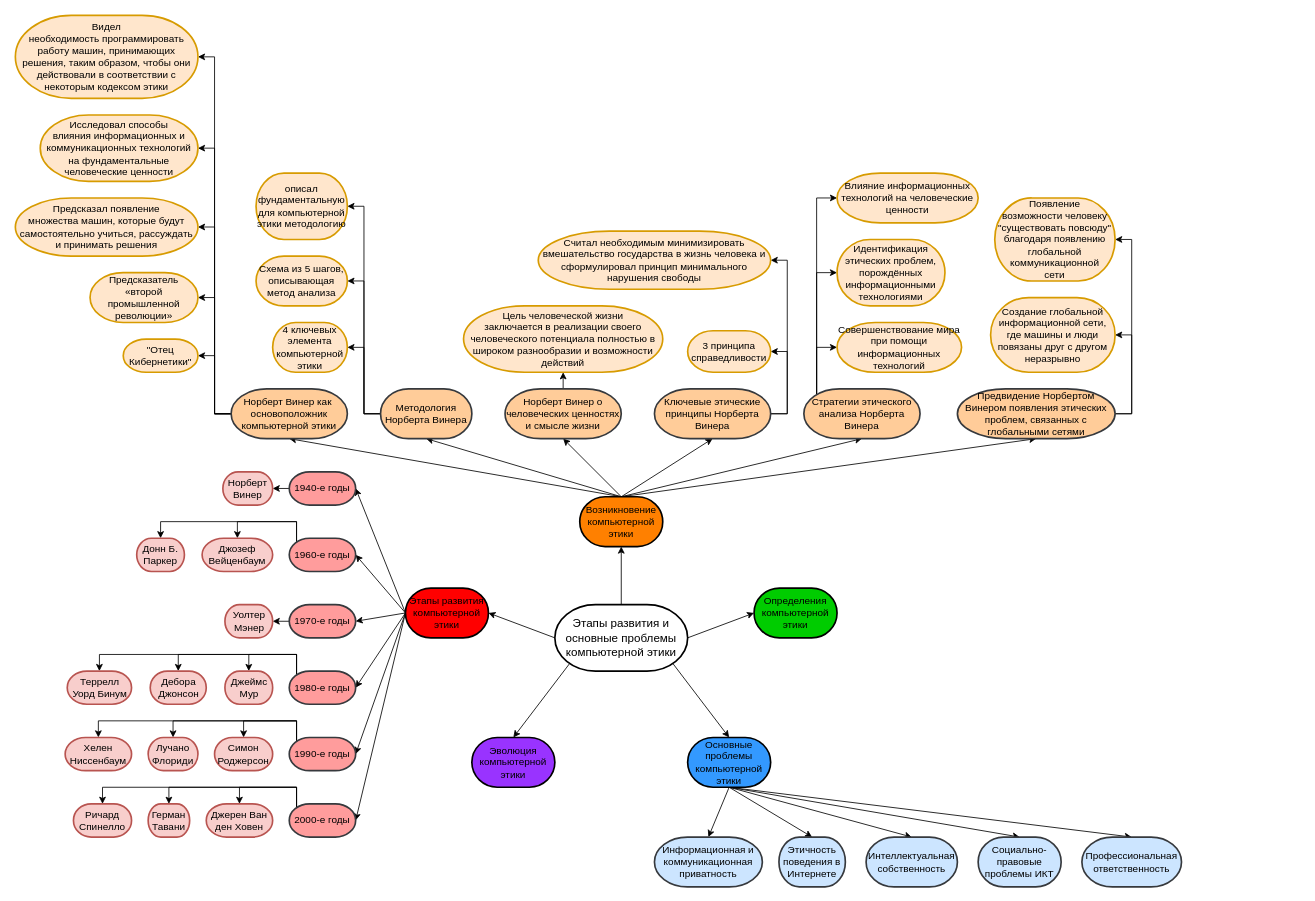
This is MIND-map.drawio from DMfananddu/DSM, a draw.io file, before an edit. Source tidied: cells renumbered, new cells numbered last; positions are measured from the earlier drawing's top-left corner, leaving out a move shared by most shapes. Both pictures are drawn from the tidied source at 83%, with x=0, y=0 at pixel (15, 15).
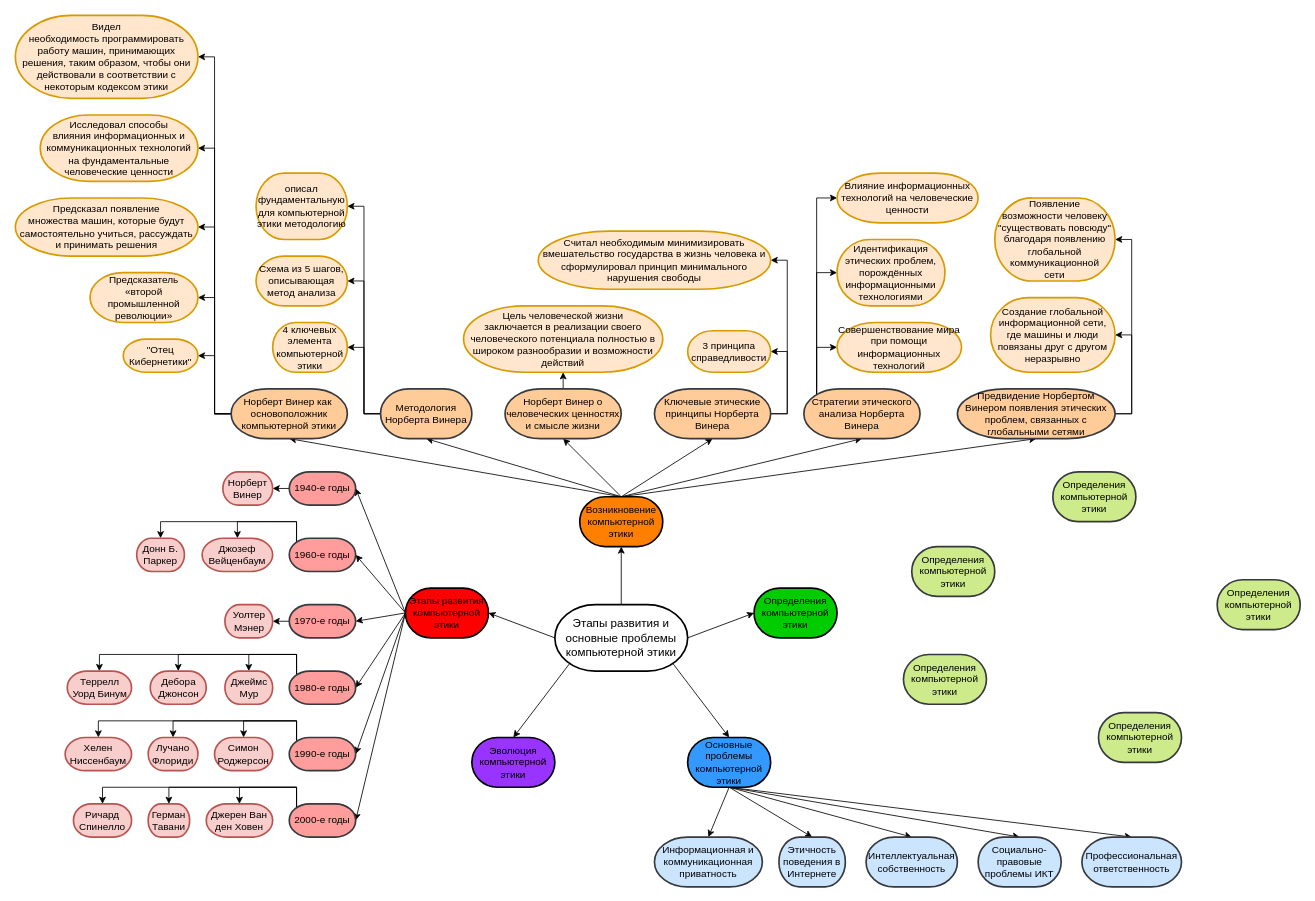
The same diagram, later.

What changed in the source:
```diff
@@
+    <mxCell id="105" value="Определения компьютерной этики" style="strokeWidth=2;html=1;shape=mxgraph.flowchart.terminator;whiteSpace=wrap;fillColor=#cdeb8b;strokeColor=#36393d;" parent="1" vertex="1">
+      <mxGeometry x="1080" y="640" width="100" height="60" as="geometry" />
+    </mxCell>
+    <mxCell id="106" value="Определения компьютерной этики" style="strokeWidth=2;html=1;shape=mxgraph.flowchart.terminator;whiteSpace=wrap;fillColor=#cdeb8b;strokeColor=#36393d;" parent="1" vertex="1">
+      <mxGeometry x="1070" y="770" width="100" height="60" as="geometry" />
+    </mxCell>
+    <mxCell id="107" value="Определения компьютерной этики" style="strokeWidth=2;html=1;shape=mxgraph.flowchart.terminator;whiteSpace=wrap;fillColor=#cdeb8b;strokeColor=#36393d;" parent="1" vertex="1">
+      <mxGeometry x="1305" y="840" width="100" height="60" as="geometry" />
+    </mxCell>
+    <mxCell id="108" value="Определения компьютерной этики" style="strokeWidth=2;html=1;shape=mxgraph.flowchart.terminator;whiteSpace=wrap;fillColor=#cdeb8b;strokeColor=#36393d;" parent="1" vertex="1">
+      <mxGeometry x="1448" y="680" width="100" height="60" as="geometry" />
+    </mxCell>
+    <mxCell id="109" value="Определения компьютерной этики" style="strokeWidth=2;html=1;shape=mxgraph.flowchart.terminator;whiteSpace=wrap;fillColor=#cdeb8b;strokeColor=#36393d;" parent="1" vertex="1">
+      <mxGeometry x="1250" y="550" width="100" height="60" as="geometry" />
+    </mxCell>
```
